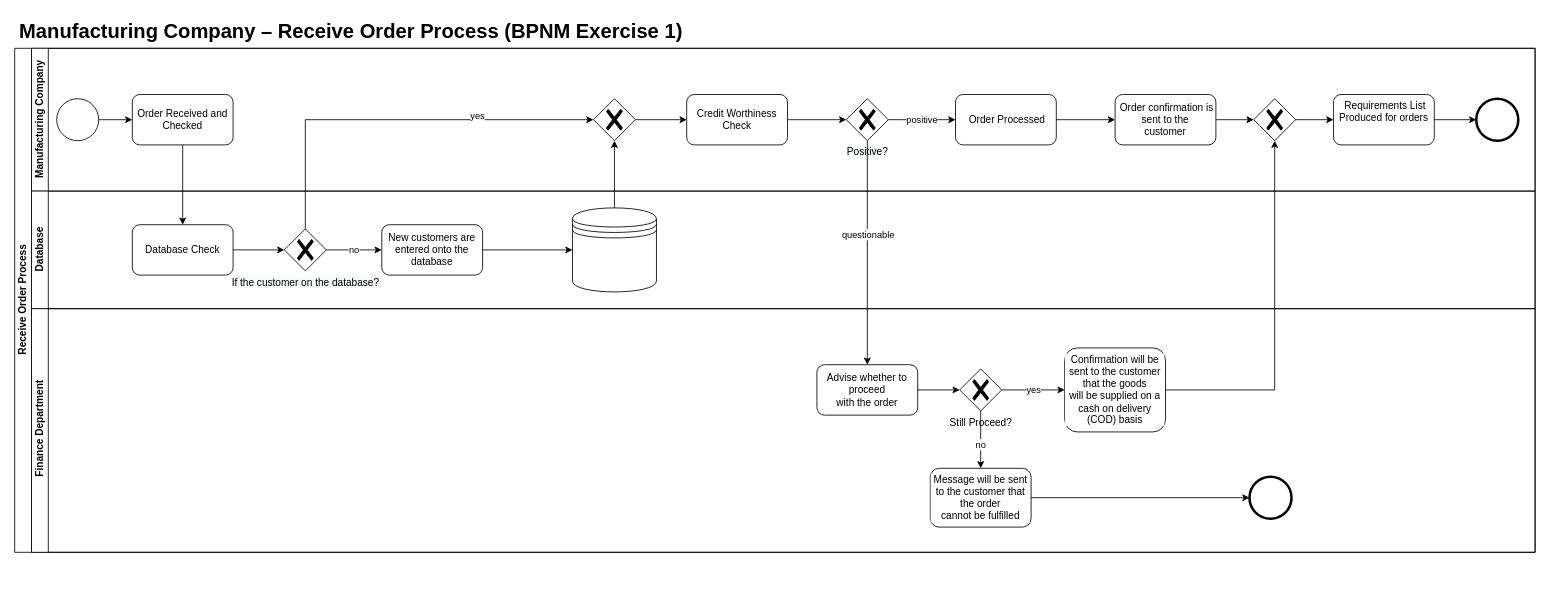
Earlier version of the draw.io diagram others/BPNM1.drawio (cky008/note-nuist). Source tidied: cells renumbered, new cells numbered last; positions are measured from the earlier drawing's top-left corner, leaving out a move shared by most shapes. Both pictures are drawn from the tidied source at 84%, with x=0, y=0 at pixel (14, 14).
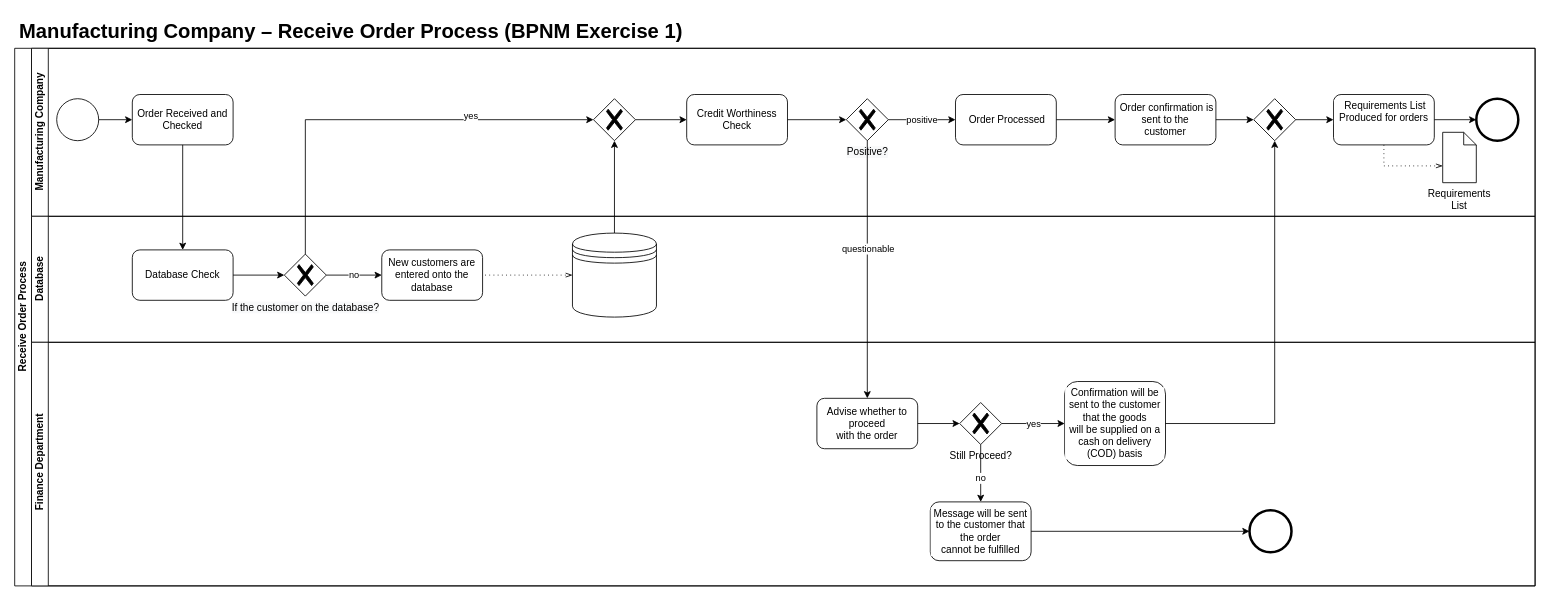
The same page after the edit.

The change refers to these unchanged cells:
```xml
<mxCell id="18" value="&amp;nbsp;Requirements List Produced for orders" style="rounded=1;whiteSpace=wrap;html=1;verticalAlign=top;labelBackgroundColor=#ffffff;" parent="3" vertex="1">
  <mxGeometry x="1550" y="55" width="120" height="60" as="geometry" />
</mxCell>
<mxCell id="24" style="shape=datastore;whiteSpace=wrap;html=1;labelPosition=center;verticalLabelPosition=bottom;align=center;verticalAlign=top;" parent="22" vertex="1">
  <mxGeometry x="644" y="20" width="100" height="100" as="geometry" />
</mxCell>
<mxCell id="27" value="New customers are entered onto the database" style="rounded=1;whiteSpace=wrap;html=1;" parent="22" vertex="1">
  <mxGeometry x="417" y="40" width="120" height="60" as="geometry" />
</mxCell>
```

Diff of the diagram source:
```diff
@@
     <mxCell id="2" value="Receive Order Process" style="swimlane;html=1;horizontal=0;startSize=20;" parent="1" vertex="1">
-      <mxGeometry y="40" width="1810" height="600" as="geometry" />
+      <mxGeometry y="40" width="1810" height="640" as="geometry" />
     </mxCell>
     <mxCell id="3" value="Manufacturing Company" style="swimlane;html=1;startSize=20;horizontal=0;" parent="2" vertex="1">
-      <mxGeometry x="20" width="1790" height="170" as="geometry" />
+      <mxGeometry x="20" width="1790" height="200" as="geometry" />
     </mxCell>
@@
+    <mxCell id="49" value="&lt;span style=&quot;background-color: rgb(255, 255, 255);&quot;&gt;Requirements List&lt;/span&gt;" style="shape=mxgraph.bpmn.data;labelPosition=center;verticalLabelPosition=bottom;align=center;verticalAlign=top;whiteSpace=wrap;size=15;html=1;" parent="3" vertex="1">
+      <mxGeometry x="1680" y="100" width="40" height="60" as="geometry" />
+    </mxCell>
+    <mxCell id="50" style="edgeStyle=elbowEdgeStyle;fontSize=12;html=1;endFill=0;startFill=0;endSize=6;startSize=6;dashed=1;dashPattern=1 4;endArrow=openThin;startArrow=none;rounded=0;" parent="3" edge="1" source="18" target="49">
+      <mxGeometry relative="1" as="geometry">
+        <Array as="points">
+          <mxPoint x="1610" y="140" />
+          <mxPoint x="1610" y="100" />
+        </Array>
+      </mxGeometry>
+    </mxCell>
     <mxCell id="22" value="Database" style="swimlane;html=1;startSize=20;horizontal=0;" parent="2" vertex="1">
-      <mxGeometry x="20" y="170" width="1790" height="140" as="geometry" />
+      <mxGeometry x="20" y="200" width="1790" height="150" as="geometry" />
     </mxCell>
@@
-    <mxCell id="28" style="edgeStyle=orthogonalEdgeStyle;rounded=0;jettySize=auto;html=1;" parent="22" edge="1" source="27" target="24">
-      <mxGeometry relative="1" as="geometry" />
-    </mxCell>
@@
+    <mxCell id="51" style="edgeStyle=elbowEdgeStyle;fontSize=12;html=1;endFill=0;startFill=0;endSize=6;startSize=6;dashed=1;dashPattern=1 4;endArrow=openThin;startArrow=none;rounded=0;" parent="22" edge="1" target="24">
+      <mxGeometry relative="1" as="geometry">
+        <mxPoint x="540" y="70" as="sourcePoint" />
+      </mxGeometry>
+    </mxCell>
     <mxCell id="30" value="&amp;nbsp;Finance Department" style="swimlane;html=1;startSize=20;horizontal=0;" parent="2" vertex="1">
-      <mxGeometry x="20" y="310" width="1790" height="290" as="geometry" />
+      <mxGeometry x="20" y="350" width="1790" height="290" as="geometry" />
     </mxCell>
```
